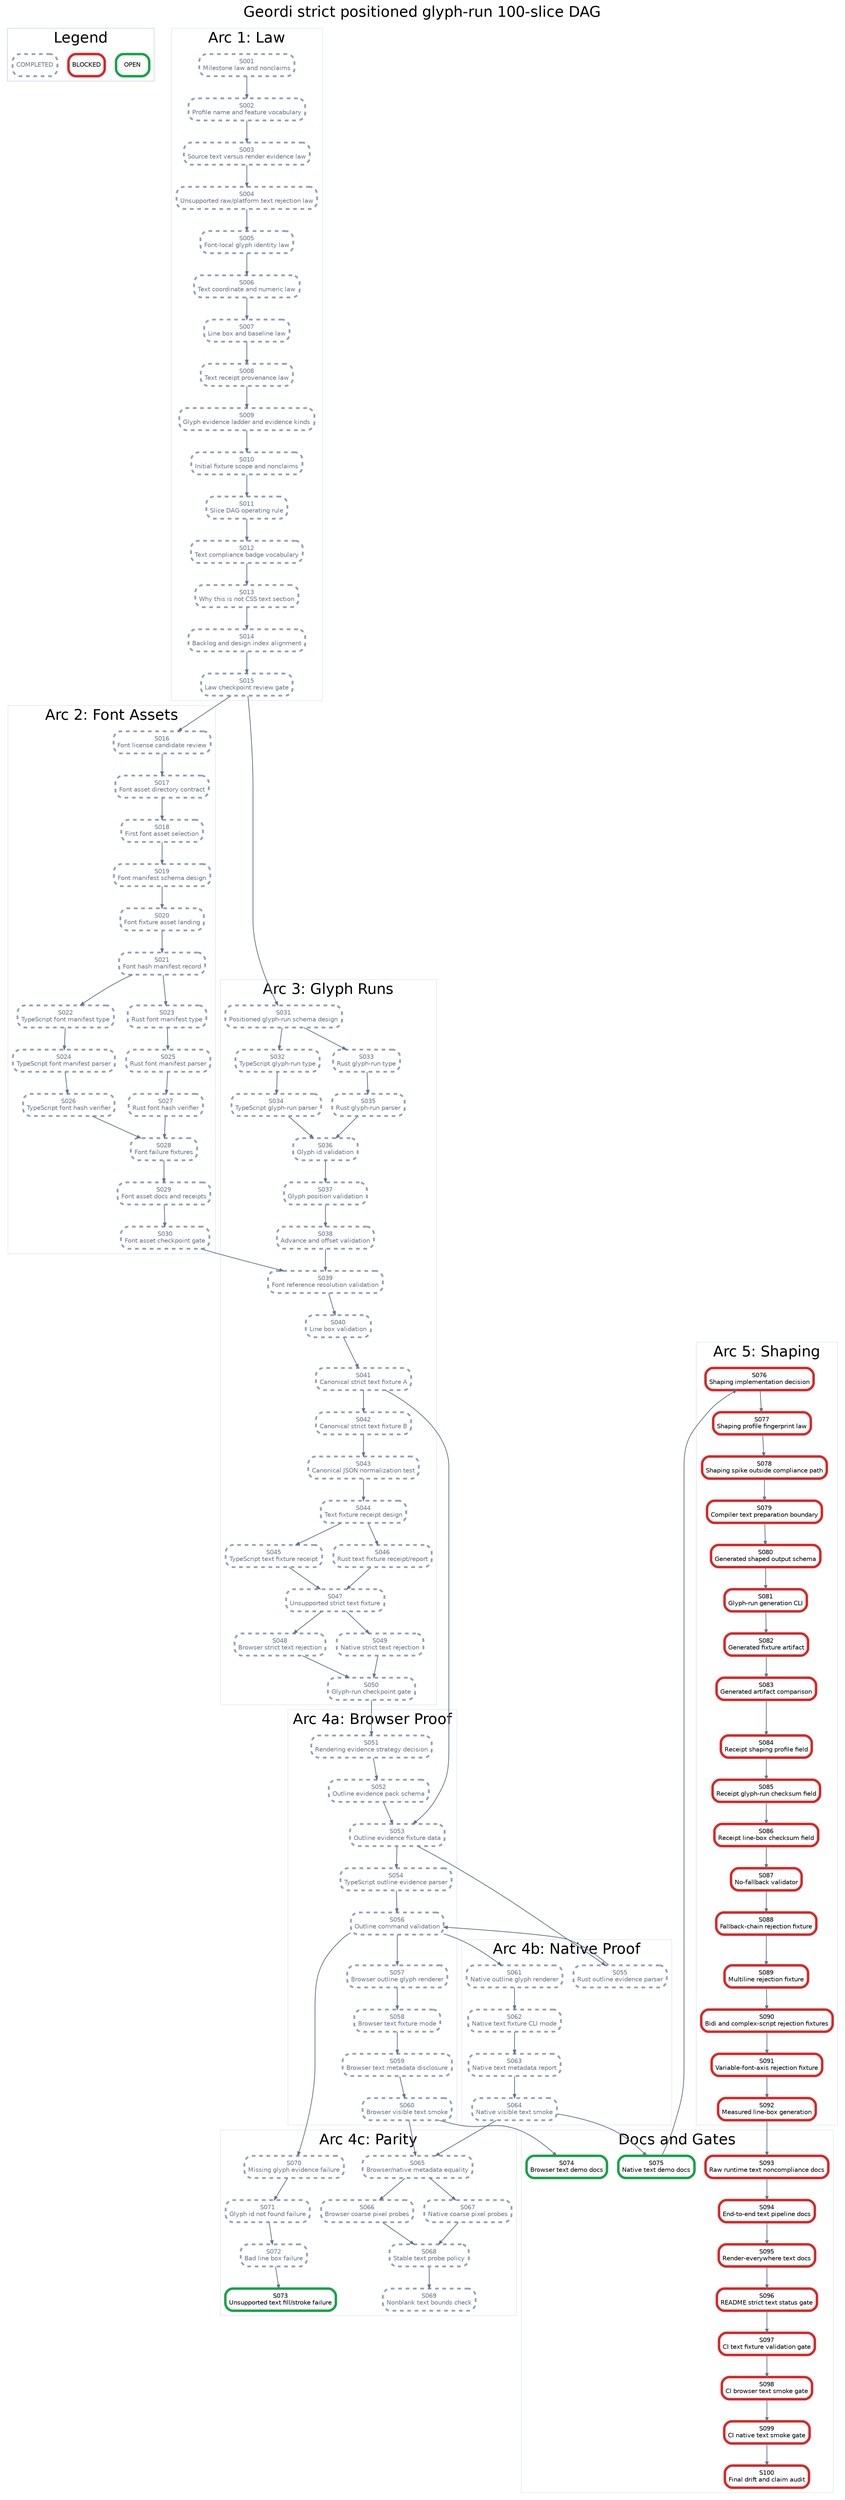
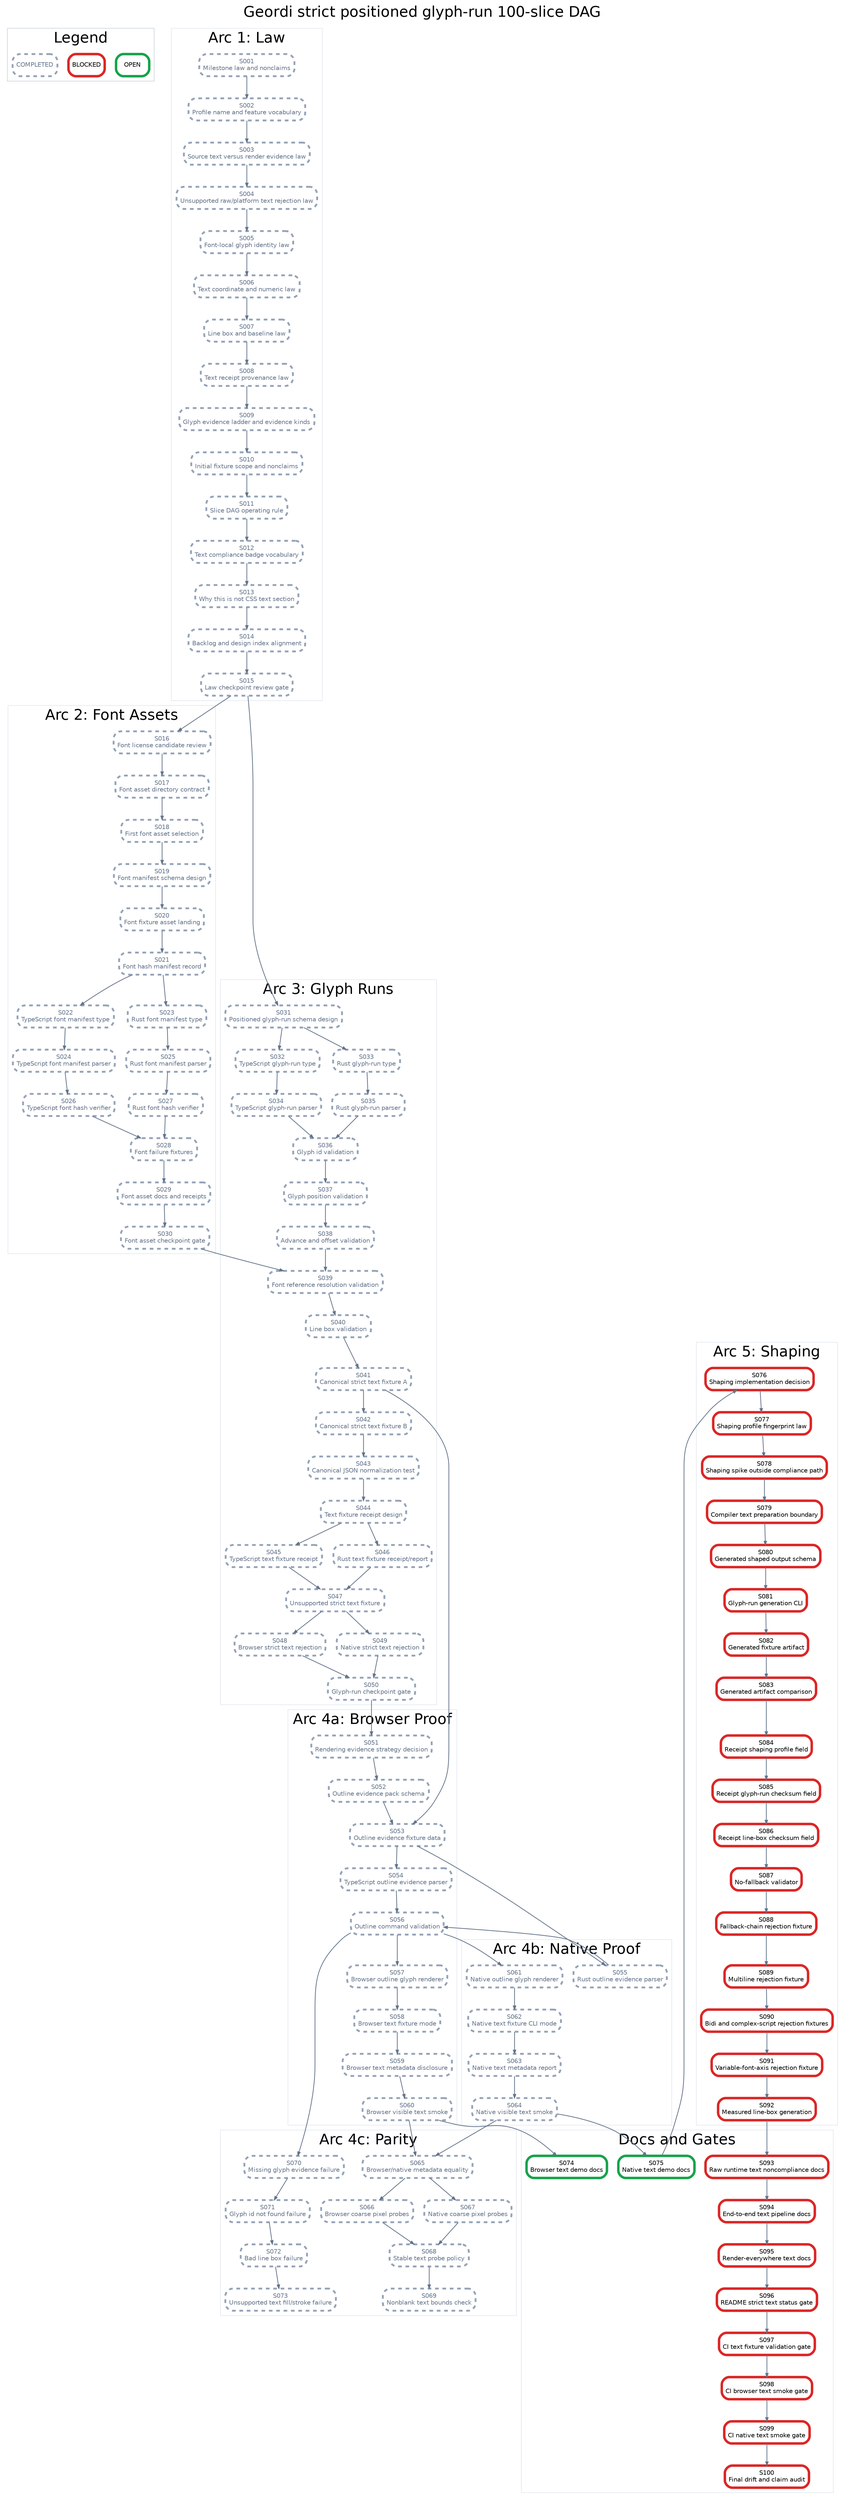
digraph StrictPositionedGlyphRunPlan {
  graph [rankdir=TB, bgcolor="white", fontname="Helvetica", label="Geordi strict positioned glyph-run 100-slice DAG", labelloc="t", fontsize=24];
  node [shape=box, style="rounded,filled", fillcolor="white", fontname="Helvetica", fontsize=10, margin="0.08,0.05"];
  edge [color="#64748b", arrowsize=0.6, penwidth=1.2];

  subgraph cluster_legend {
    label="Legend";
    color="#cbd5e1";
    legend_open [label="OPEN", color="#16a34a", penwidth=4];
    legend_blocked [label="BLOCKED", color="#dc2626", penwidth=4];
    legend_done [label="COMPLETED", color="#94a3b8", penwidth=3, style="rounded,filled,dashed", fontcolor="#64748b"];
  }

  subgraph cluster_law {
    label="Arc 1: Law";
    color="#e2e8f0";
    S001 [label="S001\nMilestone law and nonclaims", color="#94a3b8", penwidth=3, style="rounded,filled,dashed", fontcolor="#64748b"];
    S002 [label="S002\nProfile name and feature vocabulary", color="#94a3b8", penwidth=3, style="rounded,filled,dashed", fontcolor="#64748b"];
    S003 [label="S003\nSource text versus render evidence law", color="#94a3b8", penwidth=3, style="rounded,filled,dashed", fontcolor="#64748b"];
    S004 [label="S004\nUnsupported raw/platform text rejection law", color="#94a3b8", penwidth=3, style="rounded,filled,dashed", fontcolor="#64748b"];
    S005 [label="S005\nFont-local glyph identity law", color="#94a3b8", penwidth=3, style="rounded,filled,dashed", fontcolor="#64748b"];
    S006 [label="S006\nText coordinate and numeric law", color="#94a3b8", penwidth=3, style="rounded,filled,dashed", fontcolor="#64748b"];
    S007 [label="S007\nLine box and baseline law", color="#94a3b8", penwidth=3, style="rounded,filled,dashed", fontcolor="#64748b"];
    S008 [label="S008\nText receipt provenance law", color="#94a3b8", penwidth=3, style="rounded,filled,dashed", fontcolor="#64748b"];
    S009 [label="S009\nGlyph evidence ladder and evidence kinds", color="#94a3b8", penwidth=3, style="rounded,filled,dashed", fontcolor="#64748b"];
    S010 [label="S010\nInitial fixture scope and nonclaims", color="#94a3b8", penwidth=3, style="rounded,filled,dashed", fontcolor="#64748b"];
    S011 [label="S011\nSlice DAG operating rule", color="#94a3b8", penwidth=3, style="rounded,filled,dashed", fontcolor="#64748b"];
    S012 [label="S012\nText compliance badge vocabulary", color="#94a3b8", penwidth=3, style="rounded,filled,dashed", fontcolor="#64748b"];
    S013 [label="S013\nWhy this is not CSS text section", color="#94a3b8", penwidth=3, style="rounded,filled,dashed", fontcolor="#64748b"];
    S014 [label="S014\nBacklog and design index alignment", color="#94a3b8", penwidth=3, style="rounded,filled,dashed", fontcolor="#64748b"];
    S015 [label="S015\nLaw checkpoint review gate", color="#94a3b8", penwidth=3, style="rounded,filled,dashed", fontcolor="#64748b"];
  }

  subgraph cluster_assets {
    label="Arc 2: Font Assets";
    color="#e2e8f0";
    S016 [label="S016\nFont license candidate review", color="#94a3b8", penwidth=3, style="rounded,filled,dashed", fontcolor="#64748b"];
    S017 [label="S017\nFont asset directory contract", color="#94a3b8", penwidth=3, style="rounded,filled,dashed", fontcolor="#64748b"];
    S018 [label="S018\nFirst font asset selection", color="#94a3b8", penwidth=3, style="rounded,filled,dashed", fontcolor="#64748b"];
    S019 [label="S019\nFont manifest schema design", color="#94a3b8", penwidth=3, style="rounded,filled,dashed", fontcolor="#64748b"];
    S020 [label="S020\nFont fixture asset landing", color="#94a3b8", penwidth=3, style="rounded,filled,dashed", fontcolor="#64748b"];
    S021 [label="S021\nFont hash manifest record", color="#94a3b8", penwidth=3, style="rounded,filled,dashed", fontcolor="#64748b"];
    S022 [label="S022\nTypeScript font manifest type", color="#94a3b8", penwidth=3, style="rounded,filled,dashed", fontcolor="#64748b"];
    S023 [label="S023\nRust font manifest type", color="#94a3b8", penwidth=3, style="rounded,filled,dashed", fontcolor="#64748b"];
    S024 [label="S024\nTypeScript font manifest parser", color="#94a3b8", penwidth=3, style="rounded,filled,dashed", fontcolor="#64748b"];
    S025 [label="S025\nRust font manifest parser", color="#94a3b8", penwidth=3, style="rounded,filled,dashed", fontcolor="#64748b"];
    S026 [label="S026\nTypeScript font hash verifier", color="#94a3b8", penwidth=3, style="rounded,filled,dashed", fontcolor="#64748b"];
    S027 [label="S027\nRust font hash verifier", color="#94a3b8", penwidth=3, style="rounded,filled,dashed", fontcolor="#64748b"];
    S028 [label="S028\nFont failure fixtures", color="#94a3b8", penwidth=3, style="rounded,filled,dashed", fontcolor="#64748b"];
    S029 [label="S029\nFont asset docs and receipts", color="#94a3b8", penwidth=3, style="rounded,filled,dashed", fontcolor="#64748b"];
    S030 [label="S030\nFont asset checkpoint gate", color="#94a3b8", penwidth=3, style="rounded,filled,dashed", fontcolor="#64748b"];
  }

  subgraph cluster_glyph {
    label="Arc 3: Glyph Runs";
    color="#e2e8f0";
    S031 [label="S031\nPositioned glyph-run schema design", color="#94a3b8", penwidth=3, style="rounded,filled,dashed", fontcolor="#64748b"];
    S032 [label="S032\nTypeScript glyph-run type", color="#94a3b8", penwidth=3, style="rounded,filled,dashed", fontcolor="#64748b"];
    S033 [label="S033\nRust glyph-run type", color="#94a3b8", penwidth=3, style="rounded,filled,dashed", fontcolor="#64748b"];
    S034 [label="S034\nTypeScript glyph-run parser", color="#94a3b8", penwidth=3, style="rounded,filled,dashed", fontcolor="#64748b"];
    S035 [label="S035\nRust glyph-run parser", color="#94a3b8", penwidth=3, style="rounded,filled,dashed", fontcolor="#64748b"];
    S036 [label="S036\nGlyph id validation", color="#94a3b8", penwidth=3, style="rounded,filled,dashed", fontcolor="#64748b"];
    S037 [label="S037\nGlyph position validation", color="#94a3b8", penwidth=3, style="rounded,filled,dashed", fontcolor="#64748b"];
    S038 [label="S038\nAdvance and offset validation", color="#94a3b8", penwidth=3, style="rounded,filled,dashed", fontcolor="#64748b"];
    S039 [label="S039\nFont reference resolution validation", color="#94a3b8", penwidth=3, style="rounded,filled,dashed", fontcolor="#64748b"];
    S040 [label="S040\nLine box validation", color="#94a3b8", penwidth=3, style="rounded,filled,dashed", fontcolor="#64748b"];
    S041 [label="S041\nCanonical strict text fixture A", color="#94a3b8", penwidth=3, style="rounded,filled,dashed", fontcolor="#64748b"];
    S042 [label="S042\nCanonical strict text fixture B", color="#94a3b8", penwidth=3, style="rounded,filled,dashed", fontcolor="#64748b"];
    S043 [label="S043\nCanonical JSON normalization test", color="#94a3b8", penwidth=3, style="rounded,filled,dashed", fontcolor="#64748b"];
    S044 [label="S044\nText fixture receipt design", color="#94a3b8", penwidth=3, style="rounded,filled,dashed", fontcolor="#64748b"];
    S045 [label="S045\nTypeScript text fixture receipt", color="#94a3b8", penwidth=3, style="rounded,filled,dashed", fontcolor="#64748b"];
    S046 [label="S046\nRust text fixture receipt/report", color="#94a3b8", penwidth=3, style="rounded,filled,dashed", fontcolor="#64748b"];
    S047 [label="S047\nUnsupported strict text fixture", color="#94a3b8", penwidth=3, style="rounded,filled,dashed", fontcolor="#64748b"];
    S048 [label="S048\nBrowser strict text rejection", color="#94a3b8", penwidth=3, style="rounded,filled,dashed", fontcolor="#64748b"];
    S049 [label="S049\nNative strict text rejection", color="#94a3b8", penwidth=3, style="rounded,filled,dashed", fontcolor="#64748b"];
    S050 [label="S050\nGlyph-run checkpoint gate", color="#94a3b8", penwidth=3, style="rounded,filled,dashed", fontcolor="#64748b"];
  }

  subgraph cluster_browser {
    label="Arc 4a: Browser Proof";
    color="#e2e8f0";
    S051 [label="S051\nRendering evidence strategy decision", color="#94a3b8", penwidth=3, style="rounded,filled,dashed", fontcolor="#64748b"];
    S052 [label="S052\nOutline evidence pack schema", color="#94a3b8", penwidth=3, style="rounded,filled,dashed", fontcolor="#64748b"];
    S053 [label="S053\nOutline evidence fixture data", color="#94a3b8", penwidth=3, style="rounded,filled,dashed", fontcolor="#64748b"];
    S054 [label="S054\nTypeScript outline evidence parser", color="#94a3b8", penwidth=3, style="rounded,filled,dashed", fontcolor="#64748b"];
    S056 [label="S056\nOutline command validation", color="#94a3b8", penwidth=3, style="rounded,filled,dashed", fontcolor="#64748b"];
    S057 [label="S057\nBrowser outline glyph renderer", color="#94a3b8", penwidth=3, style="rounded,filled,dashed", fontcolor="#64748b"];
    S058 [label="S058\nBrowser text fixture mode", color="#94a3b8", penwidth=3, style="rounded,filled,dashed", fontcolor="#64748b"];
    S059 [label="S059\nBrowser text metadata disclosure", color="#94a3b8", penwidth=3, style="rounded,filled,dashed", fontcolor="#64748b"];
    S060 [label="S060\nBrowser visible text smoke", color="#94a3b8", penwidth=3, style="rounded,filled,dashed", fontcolor="#64748b"];
  }

  subgraph cluster_native {
    label="Arc 4b: Native Proof";
    color="#e2e8f0";
    S055 [label="S055\nRust outline evidence parser", color="#94a3b8", penwidth=3, style="rounded,filled,dashed", fontcolor="#64748b"];
    S061 [label="S061\nNative outline glyph renderer", color="#94a3b8", penwidth=3, style="rounded,filled,dashed", fontcolor="#64748b"];
    S062 [label="S062\nNative text fixture CLI mode", color="#94a3b8", penwidth=3, style="rounded,filled,dashed", fontcolor="#64748b"];
    S063 [label="S063\nNative text metadata report", color="#94a3b8", penwidth=3, style="rounded,filled,dashed", fontcolor="#64748b"];
    S064 [label="S064\nNative visible text smoke", color="#94a3b8", penwidth=3, style="rounded,filled,dashed", fontcolor="#64748b"];
  }

  subgraph cluster_parity {
    label="Arc 4c: Parity";
    color="#e2e8f0";
    S065 [label="S065\nBrowser/native metadata equality", color="#94a3b8", penwidth=3, style="rounded,filled,dashed", fontcolor="#64748b"];
    S066 [label="S066\nBrowser coarse pixel probes", color="#94a3b8", penwidth=3, style="rounded,filled,dashed", fontcolor="#64748b"];
    S067 [label="S067\nNative coarse pixel probes", color="#94a3b8", penwidth=3, style="rounded,filled,dashed", fontcolor="#64748b"];
    S068 [label="S068\nStable text probe policy", color="#94a3b8", penwidth=3, style="rounded,filled,dashed", fontcolor="#64748b"];
    S069 [label="S069\nNonblank text bounds check", color="#94a3b8", penwidth=3, style="rounded,filled,dashed", fontcolor="#64748b"];
    S070 [label="S070\nMissing glyph evidence failure", color="#94a3b8", penwidth=3, style="rounded,filled,dashed", fontcolor="#64748b"];
    S071 [label="S071\nGlyph id not found failure", color="#94a3b8", penwidth=3, style="rounded,filled,dashed", fontcolor="#64748b"];
    S072 [label="S072\nBad line box failure", color="#94a3b8", penwidth=3, style="rounded,filled,dashed", fontcolor="#64748b"];
-     S073 [label="S073\nUnsupported text fill/stroke failure", color="#16a34a", penwidth=4];
+     S073 [label="S073\nUnsupported text fill/stroke failure", color="#94a3b8", penwidth=3, style="rounded,filled,dashed", fontcolor="#64748b"];
  }

  subgraph cluster_shaping {
    label="Arc 5: Shaping";
    color="#e2e8f0";
    S076 [label="S076\nShaping implementation decision", color="#dc2626", penwidth=4];
    S077 [label="S077\nShaping profile fingerprint law", color="#dc2626", penwidth=4];
    S078 [label="S078\nShaping spike outside compliance path", color="#dc2626", penwidth=4];
    S079 [label="S079\nCompiler text preparation boundary", color="#dc2626", penwidth=4];
    S080 [label="S080\nGenerated shaped output schema", color="#dc2626", penwidth=4];
    S081 [label="S081\nGlyph-run generation CLI", color="#dc2626", penwidth=4];
    S082 [label="S082\nGenerated fixture artifact", color="#dc2626", penwidth=4];
    S083 [label="S083\nGenerated artifact comparison", color="#dc2626", penwidth=4];
    S084 [label="S084\nReceipt shaping profile field", color="#dc2626", penwidth=4];
    S085 [label="S085\nReceipt glyph-run checksum field", color="#dc2626", penwidth=4];
    S086 [label="S086\nReceipt line-box checksum field", color="#dc2626", penwidth=4];
    S087 [label="S087\nNo-fallback validator", color="#dc2626", penwidth=4];
    S088 [label="S088\nFallback-chain rejection fixture", color="#dc2626", penwidth=4];
    S089 [label="S089\nMultiline rejection fixture", color="#dc2626", penwidth=4];
    S090 [label="S090\nBidi and complex-script rejection fixtures", color="#dc2626", penwidth=4];
    S091 [label="S091\nVariable-font-axis rejection fixture", color="#dc2626", penwidth=4];
    S092 [label="S092\nMeasured line-box generation", color="#dc2626", penwidth=4];
  }

  subgraph cluster_docs {
    label="Docs and Gates";
    color="#e2e8f0";
    S074 [label="S074\nBrowser text demo docs", color="#16a34a", penwidth=4];
    S075 [label="S075\nNative text demo docs", color="#16a34a", penwidth=4];
    S093 [label="S093\nRaw runtime text noncompliance docs", color="#dc2626", penwidth=4];
    S094 [label="S094\nEnd-to-end text pipeline docs", color="#dc2626", penwidth=4];
    S095 [label="S095\nRender-everywhere text docs", color="#dc2626", penwidth=4];
    S096 [label="S096\nREADME strict text status gate", color="#dc2626", penwidth=4];
    S097 [label="S097\nCI text fixture validation gate", color="#dc2626", penwidth=4];
    S098 [label="S098\nCI browser text smoke gate", color="#dc2626", penwidth=4];
    S099 [label="S099\nCI native text smoke gate", color="#dc2626", penwidth=4];
    S100 [label="S100\nFinal drift and claim audit", color="#dc2626", penwidth=4];
  }

  S001 -> S002;
  S002 -> S003;
  S003 -> S004;
  S004 -> S005;
  S005 -> S006;
  S006 -> S007;
  S007 -> S008;
  S008 -> S009;
  S009 -> S010;
  S010 -> S011;
  S011 -> S012;
  S012 -> S013;
  S013 -> S014;
  S014 -> S015;
  S015 -> S016;
  S016 -> S017;
  S017 -> S018;
  S018 -> S019;
  S019 -> S020;
  S020 -> S021;
  S021 -> S022;
  S021 -> S023;
  S022 -> S024;
  S023 -> S025;
  S024 -> S026;
  S025 -> S027;
  S026 -> S028;
  S027 -> S028;
  S028 -> S029;
  S029 -> S030;
  S015 -> S031;
  S031 -> S032;
  S031 -> S033;
  S032 -> S034;
  S033 -> S035;
  S034 -> S036;
  S035 -> S036;
  S036 -> S037;
  S037 -> S038;
  S038 -> S039;
  S039 -> S040;
  S030 -> S039;
  S040 -> S041;
  S041 -> S042;
  S042 -> S043;
  S043 -> S044;
  S044 -> S045;
  S044 -> S046;
  S045 -> S047;
  S046 -> S047;
  S047 -> S048;
  S047 -> S049;
  S048 -> S050;
  S049 -> S050;
  S050 -> S051;
  S051 -> S052;
  S052 -> S053;
  S041 -> S053;
  S053 -> S054;
  S053 -> S055;
  S054 -> S056;
  S055 -> S056;
  S056 -> S057;
  S057 -> S058;
  S058 -> S059;
  S059 -> S060;
  S056 -> S061;
  S061 -> S062;
  S062 -> S063;
  S063 -> S064;
  S060 -> S065;
  S064 -> S065;
  S065 -> S066;
  S065 -> S067;
  S066 -> S068;
  S067 -> S068;
  S068 -> S069;
  S056 -> S070;
  S070 -> S071;
  S071 -> S072;
  S072 -> S073;
  S060 -> S074;
  S064 -> S075;
  S075 -> S076;
  S076 -> S077;
  S077 -> S078;
  S078 -> S079;
  S079 -> S080;
  S080 -> S081;
  S081 -> S082;
  S082 -> S083;
  S083 -> S084;
  S084 -> S085;
  S085 -> S086;
  S086 -> S087;
  S087 -> S088;
  S088 -> S089;
  S089 -> S090;
  S090 -> S091;
  S091 -> S092;
  S092 -> S093;
  S093 -> S094;
  S094 -> S095;
  S095 -> S096;
  S096 -> S097;
  S097 -> S098;
  S098 -> S099;
  S099 -> S100;
}
